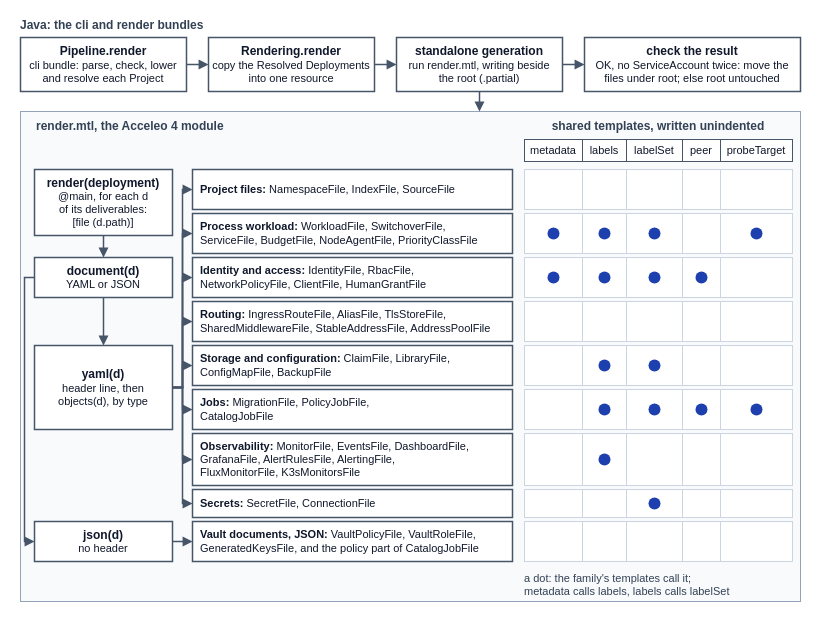
JorisJonkers-dev/deploy-kit keeps this draw.io diagram as docs/mde/task-3-code-generation/Figures/m2t-structure.drawio. Above is the earlier version. Source tidied: cells renumbered, new cells numbered last; positions are measured from the earlier drawing's top-left corner, leaving out a move shared by most shapes. Both pictures are drawn from the tidied source at 100%, with x=0, y=0 at pixel (20, 17).
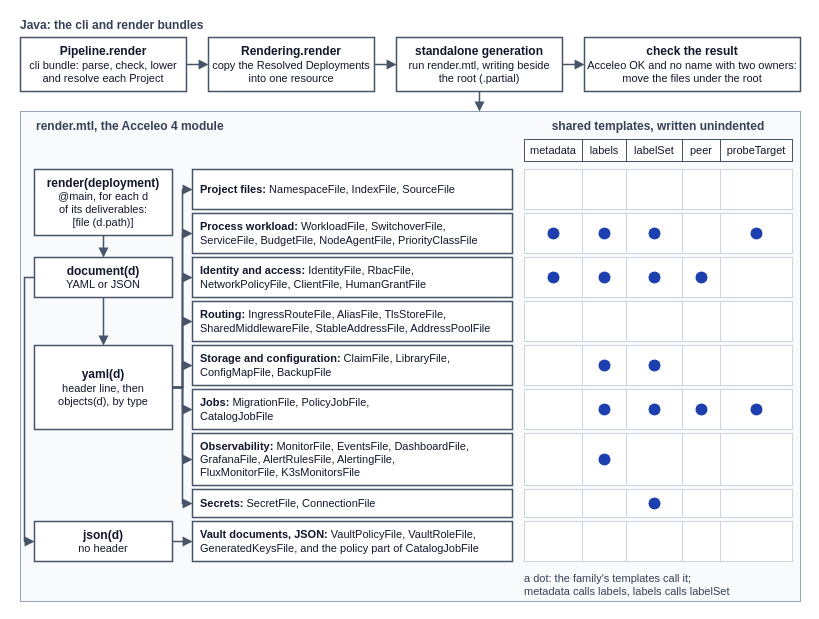
After the change.

Change to the diagram source:
```diff
@@
-    <mxCell id="6" value="&lt;b style=&quot;font-size:12px&quot;&gt;check the result&lt;/b&gt;&lt;br&gt;OK, no ServiceAccount twice: move the&lt;br&gt;files under root; else root untouched" style="rounded=0;whiteSpace=wrap;html=1;align=center;verticalAlign=middle;fillColor=#ffffff;strokeColor=#475569;strokeWidth=1.5;fontFamily=Helvetica;fontSize=11;fontColor=#0f172a;spacing=4;" parent="1" vertex="1">
+    <mxCell id="6" value="&lt;b style=&quot;font-size:12px&quot;&gt;check the result&lt;/b&gt;&lt;br&gt;Acceleo OK and no name with two owners:&lt;br&gt;move the files under the root" style="rounded=0;whiteSpace=wrap;html=1;align=center;verticalAlign=middle;fillColor=#ffffff;strokeColor=#475569;strokeWidth=1.5;fontFamily=Helvetica;fontSize=11;fontColor=#0f172a;spacing=4;" parent="1" vertex="1">
       <mxGeometry x="564" y="20" width="216" height="54" as="geometry" />
     </mxCell>
```
